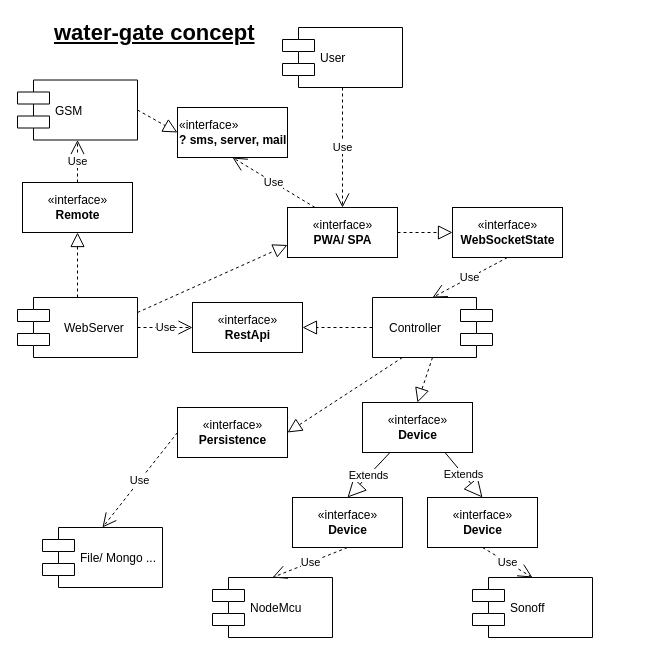
This is concept.drawIo from Estradiaz/water-gate, a draw.io file, before an edit. Source tidied: cells renumbered, new cells numbered last; positions are measured from the earlier drawing's top-left corner, leaving out a move shared by most shapes. Both pictures are drawn from the tidied source at 100%, with x=0, y=0 at pixel (17, 17).
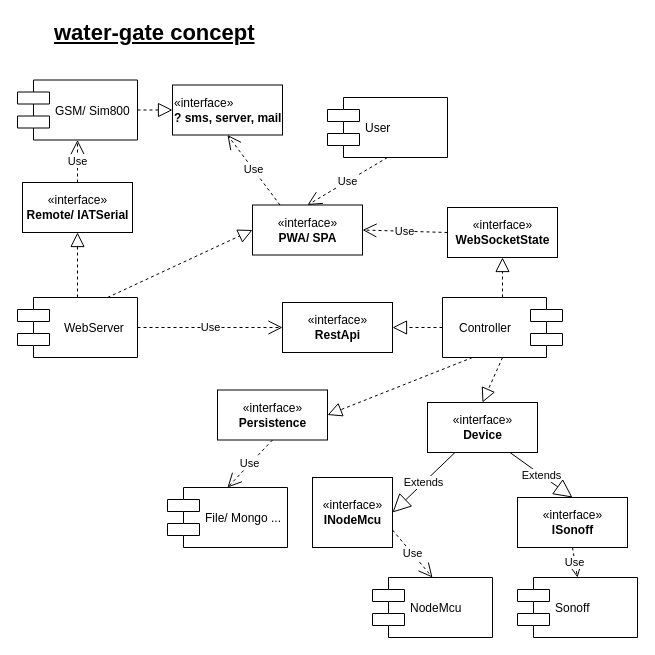
Above is the later version.

Unchanged cells that the change refers to:
```xml
<mxCell id="9" value="WebServer" style="shape=component;align=left;spacingLeft=45;direction=east;" parent="1" vertex="1">
  <mxGeometry y="280" width="120" height="60" as="geometry" />
</mxCell>
```

The edit, as a diff of the source:
```diff
@@
-    <mxCell id="2" value="GSM" style="shape=component;align=left;spacingLeft=36;" parent="1" vertex="1">
+    <mxCell id="2" value="GSM/ Sim800" style="shape=component;align=left;spacingLeft=36;" parent="1" vertex="1">
       <mxGeometry y="62.5" width="120" height="60" as="geometry" />
     </mxCell>
     <mxCell id="3" value="Controller" style="shape=component;align=left;spacingLeft=15;direction=west;" parent="1" vertex="1">
-      <mxGeometry x="355" y="280" width="120" height="60" as="geometry" />
+      <mxGeometry x="425" y="280" width="120" height="60" as="geometry" />
     </mxCell>
     <mxCell id="4" value="NodeMcu" style="shape=component;align=left;spacingLeft=36;" parent="1" vertex="1">
-      <mxGeometry x="195" y="560" width="120" height="60" as="geometry" />
+      <mxGeometry x="355" y="560" width="120" height="60" as="geometry" />
     </mxCell>
     <mxCell id="5" value="«interface»&lt;br&gt;&lt;b&gt;Device&lt;/b&gt;" style="html=1;" parent="1" vertex="1">
-      <mxGeometry x="345" y="385" width="110" height="50" as="geometry" />
+      <mxGeometry x="410" y="385" width="110" height="50" as="geometry" />
     </mxCell>
-    <mxCell id="6" value="«interface»&lt;br&gt;&lt;b&gt;Remote&lt;/b&gt;&lt;br&gt;" style="html=1;" parent="1" vertex="1">
+    <mxCell id="6" value="«interface»&lt;br&gt;&lt;b&gt;Remote/ IATSerial&lt;/b&gt;&lt;br&gt;" style="html=1;" parent="1" vertex="1">
       <mxGeometry x="5" y="165" width="110" height="50" as="geometry" />
     </mxCell>
     <mxCell id="7" value="Sonoff" style="shape=component;align=left;spacingLeft=36;" parent="1" vertex="1">
-      <mxGeometry x="455" y="560" width="120" height="60" as="geometry" />
+      <mxGeometry x="500" y="560" width="120" height="60" as="geometry" />
     </mxCell>
     <mxCell id="8" value="«interface»&lt;br&gt;&lt;b&gt;RestApi&lt;/b&gt;" style="html=1;" parent="1" vertex="1">
-      <mxGeometry x="175" y="285" width="110" height="50" as="geometry" />
+      <mxGeometry x="265" y="285" width="110" height="50" as="geometry" />
     </mxCell>
@@
     <mxCell id="10" value="«interface»&lt;br&gt;&lt;b&gt;PWA/ SPA&lt;/b&gt;" style="html=1;" parent="1" vertex="1">
-      <mxGeometry x="270" y="190" width="110" height="50" as="geometry" />
+      <mxGeometry x="235" y="187.5" width="110" height="50" as="geometry" />
     </mxCell>
     <mxCell id="11" value="User" style="shape=component;align=left;spacingLeft=36;" parent="1" vertex="1">
-      <mxGeometry x="265" y="10" width="120" height="60" as="geometry" />
+      <mxGeometry x="310" y="80" width="120" height="60" as="geometry" />
     </mxCell>
     <mxCell id="12" value="«interface»&lt;br&gt;&lt;b&gt;WebSocketState&lt;/b&gt;&lt;br&gt;" style="html=1;" parent="1" vertex="1">
-      <mxGeometry x="435" y="190" width="110" height="50" as="geometry" />
+      <mxGeometry x="430" y="190" width="110" height="50" as="geometry" />
     </mxCell>
     <mxCell id="13" value="«interface»&lt;br&gt;&lt;b&gt;Persistence&lt;/b&gt;" style="html=1;" parent="1" vertex="1">
-      <mxGeometry x="160" y="390" width="110" height="50" as="geometry" />
+      <mxGeometry x="200" y="372.5" width="110" height="50" as="geometry" />
     </mxCell>
     <mxCell id="14" value="File/ Mongo ..." style="shape=component;align=left;spacingLeft=36;" parent="1" vertex="1">
-      <mxGeometry x="25" y="510" width="120" height="60" as="geometry" />
+      <mxGeometry x="150" y="470" width="120" height="60" as="geometry" />
     </mxCell>
@@
-    <mxCell id="17" value="Use" style="endArrow=open;endSize=12;dashed=1;html=1;entryX=0.5;entryY=0;entryDx=0;entryDy=0;exitX=0.5;exitY=1;exitDx=0;exitDy=0;" parent="1" edge="1" source="32" target="4">
+    <mxCell id="17" value="Use" style="endArrow=open;endSize=12;dashed=1;html=1;entryX=0.5;entryY=0;entryDx=0;entryDy=0;exitX=0.75;exitY=0;exitDx=0;exitDy=0;" parent="1" edge="1" source="32" target="4">
       <mxGeometry relative="1" as="geometry" />
     </mxCell>
@@
-    <mxCell id="22" value="Use" style="endArrow=open;endSize=12;dashed=1;html=1;exitX=0;exitY=0.5;exitDx=0;exitDy=0;entryX=0.5;entryY=0;entryDx=0;entryDy=0;" parent="1" edge="1" source="13" target="14">
+    <mxCell id="22" value="Use" style="endArrow=open;endSize=12;dashed=1;html=1;exitX=0.5;exitY=1;exitDx=0;exitDy=0;entryX=0.5;entryY=0;entryDx=0;entryDy=0;" parent="1" edge="1" source="13" target="14">
       <mxGeometry relative="1" as="geometry" />
     </mxCell>
@@
-    <mxCell id="24" style="endArrow=block;dashed=1;endFill=0;endSize=12;html=1;exitX=1;exitY=0.25;exitDx=0;exitDy=0;entryX=0;entryY=0.75;entryDx=0;entryDy=0;" parent="1" edge="1" source="9" target="10">
-      <mxGeometry relative="1" as="geometry" />
-    </mxCell>
@@
-    <mxCell id="26" style="endArrow=block;dashed=1;endFill=0;endSize=12;html=1;exitX=1;exitY=0.5;exitDx=0;exitDy=0;entryX=0;entryY=0.5;entryDx=0;entryDy=0;" parent="1" edge="1" source="10" target="12">
+    <mxCell id="26" style="endArrow=block;dashed=1;endFill=0;endSize=12;html=1;exitX=0.5;exitY=1;exitDx=0;exitDy=0;entryX=0.5;entryY=1;entryDx=0;entryDy=0;" parent="1" edge="1" source="3" target="12">
       <mxGeometry relative="1" as="geometry" />
     </mxCell>
-    <mxCell id="27" value="Use" style="endArrow=open;endSize=12;dashed=1;html=1;exitX=0.5;exitY=1;exitDx=0;exitDy=0;entryX=0.5;entryY=1;entryDx=0;entryDy=0;" parent="1" edge="1" source="12" target="3">
+    <mxCell id="27" value="Use" style="endArrow=open;endSize=12;dashed=1;html=1;exitX=0;exitY=0.5;exitDx=0;exitDy=0;entryX=1;entryY=0.5;entryDx=0;entryDy=0;" parent="1" edge="1" source="12" target="10">
       <mxGeometry relative="1" as="geometry" />
     </mxCell>
     <mxCell id="28" value="«interface»&lt;br&gt;&lt;b&gt;? sms, server, mail&lt;/b&gt;" style="html=1;align=left;" parent="1" vertex="1">
-      <mxGeometry x="160" y="90" width="110" height="50" as="geometry" />
+      <mxGeometry x="155" y="67.5" width="110" height="50" as="geometry" />
     </mxCell>
@@
-    <mxCell id="32" value="«interface»&lt;br&gt;&lt;b&gt;Device&lt;/b&gt;" style="html=1;" parent="1" vertex="1">
-      <mxGeometry x="275" y="480" width="110" height="50" as="geometry" />
+    <mxCell id="32" value="«interface»&lt;br&gt;&lt;b&gt;INodeMcu&lt;/b&gt;" style="html=1;direction=south;" parent="1" vertex="1">
+      <mxGeometry x="295" y="460" width="80" height="70" as="geometry" />
     </mxCell>
-    <mxCell id="33" value="«interface»&lt;br&gt;&lt;b&gt;Device&lt;/b&gt;" style="html=1;" parent="1" vertex="1">
-      <mxGeometry x="410" y="480" width="110" height="50" as="geometry" />
+    <mxCell id="33" value="«interface»&lt;br&gt;&lt;b&gt;ISonoff&lt;/b&gt;" style="html=1;" parent="1" vertex="1">
+      <mxGeometry x="500" y="480" width="110" height="50" as="geometry" />
     </mxCell>
@@
+    <mxCell id="24" style="endArrow=block;dashed=1;endFill=0;endSize=12;html=1;exitX=0.75;exitY=0;exitDx=0;exitDy=0;entryX=0;entryY=0.5;entryDx=0;entryDy=0;" parent="1" edge="1" source="9" target="10">
+      <mxGeometry relative="1" as="geometry" />
+    </mxCell>
```
